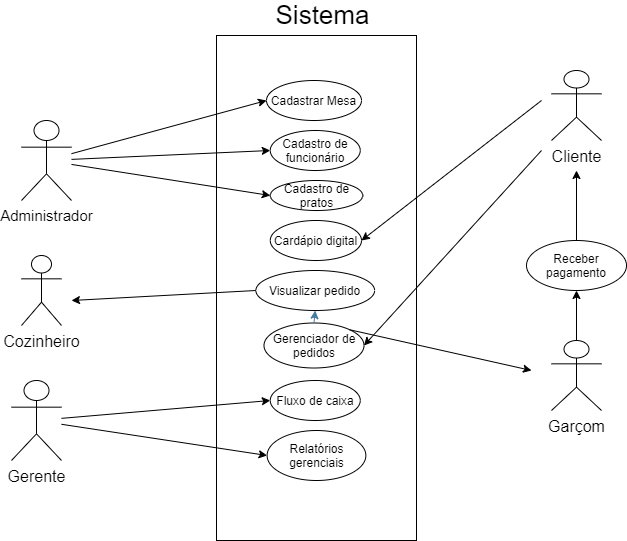
Above: restaurante.drawio.png in hinname/project-Restaurant (draw.io), before the change. Source tidied: cells renumbered, new cells last; positions are measured from the earlier drawing's top-left corner, leaving out a move shared by most shapes.
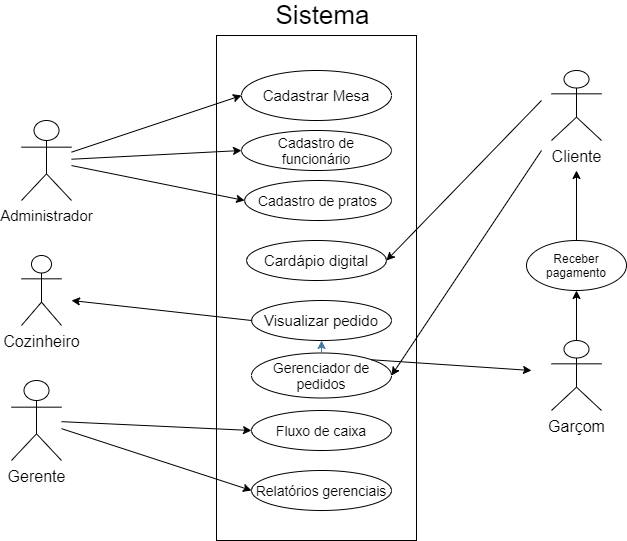
Later version of the same file.

What changed in the source:
```diff
@@ -8,8 +8,8 @@
     <mxCell id="3" style="rounded=0;whiteSpace=wrap;html=1;" parent="1" vertex="1">
       <mxGeometry x="205" y="35" width="200" height="505" as="geometry" />
     </mxCell>
-    <mxCell id="4" value="Cadastrar Mesa" style="ellipse;whiteSpace=wrap;html=1;" parent="1" vertex="1">
-      <mxGeometry x="255" y="80" width="95" height="40" as="geometry" />
+    <mxCell id="4" value="&lt;font style=&quot;font-size: 15px&quot;&gt;Cadastrar Mesa&lt;/font&gt;" style="ellipse;whiteSpace=wrap;html=1;" parent="1" vertex="1">
+      <mxGeometry x="230" y="70" width="150" height="50" as="geometry" />
     </mxCell>
     <mxCell id="5" style="endArrow=classic;html=1;entryX=0;entryY=0.5;entryDx=0;entryDy=0;" parent="1" edge="1" source="2" target="4">
       <mxGeometry relative="1" as="geometry" />
@@ -23,8 +23,8 @@
     <mxCell id="8" value="&lt;font style=&quot;font-size: 26px&quot;&gt;Sistema&lt;/font&gt;" style="text;html=1;strokeColor=none;fillColor=none;align=center;verticalAlign=middle;whiteSpace=wrap;rounded=0;strokeWidth=0;" parent="1" vertex="1">
       <mxGeometry x="258.8" width="105" height="30" as="geometry" />
     </mxCell>
-    <mxCell id="9" value="Cadastro de funcionário" style="ellipse;whiteSpace=wrap;html=1;" parent="1" vertex="1">
-      <mxGeometry x="258.8" y="130" width="90" height="40" as="geometry" />
+    <mxCell id="9" value="&lt;font style=&quot;font-size: 14px&quot;&gt;Cadastro de funcionário&lt;/font&gt;" style="ellipse;whiteSpace=wrap;html=1;" parent="1" vertex="1">
+      <mxGeometry x="230" y="130" width="150" height="40" as="geometry" />
     </mxCell>
     <mxCell id="10" value="&lt;font style=&quot;font-size: 16px&quot;&gt;Gerente&lt;/font&gt;" style="shape=umlActor;verticalLabelPosition=bottom;verticalAlign=top;html=1;outlineConnect=0;" parent="1" vertex="1">
       <mxGeometry y="380" width="50" height="80" as="geometry" />
@@ -32,22 +32,22 @@
     <mxCell id="11" style="endArrow=classic;html=1;entryX=0;entryY=0.5;entryDx=0;entryDy=0;" parent="1" edge="1" source="2" target="9">
       <mxGeometry relative="1" as="geometry" />
     </mxCell>
-    <mxCell id="12" value="Cadastro de pratos" style="ellipse;whiteSpace=wrap;html=1;" parent="1" vertex="1">
-      <mxGeometry x="258.8" y="180" width="92.5" height="30" as="geometry" />
+    <mxCell id="12" value="&lt;font style=&quot;font-size: 14px&quot;&gt;Cadastro de pratos&lt;/font&gt;" style="ellipse;whiteSpace=wrap;html=1;" parent="1" vertex="1">
+      <mxGeometry x="233.1" y="180" width="146.9" height="40" as="geometry" />
     </mxCell>
     <mxCell id="13" style="endArrow=classic;html=1;entryX=0;entryY=0.5;entryDx=0;entryDy=0;" parent="1" edge="1" source="2" target="12">
       <mxGeometry relative="1" as="geometry" />
     </mxCell>
-    <mxCell id="14" value="Cardápio digital" style="ellipse;whiteSpace=wrap;html=1;" parent="1" vertex="1">
-      <mxGeometry x="258.8" y="220" width="91.2" height="40" as="geometry" />
+    <mxCell id="14" value="&lt;font style=&quot;font-size: 15px&quot;&gt;Cardápio digital&lt;/font&gt;" style="ellipse;whiteSpace=wrap;html=1;" parent="1" vertex="1">
+      <mxGeometry x="235.1" y="240" width="139.8" height="40" as="geometry" />
     </mxCell>
     <mxCell id="15" style="endArrow=classic;html=1;entryX=1;entryY=0.5;entryDx=0;entryDy=0;" parent="1" edge="1" target="14">
       <mxGeometry relative="1" as="geometry">
         <mxPoint x="530" y="100" as="sourcePoint" />
       </mxGeometry>
     </mxCell>
-    <mxCell id="16" value="Visualizar pedido" style="ellipse;whiteSpace=wrap;html=1;" parent="1" vertex="1">
-      <mxGeometry x="244.4" y="270" width="118.8" height="40" as="geometry" />
+    <mxCell id="16" value="&lt;font style=&quot;font-size: 15px&quot;&gt;Visualizar pedido&lt;/font&gt;" style="ellipse;whiteSpace=wrap;html=1;" parent="1" vertex="1">
+      <mxGeometry x="240.1" y="300" width="139.8" height="40" as="geometry" />
     </mxCell>
     <mxCell id="17" value="&lt;font style=&quot;font-size: 16px&quot;&gt;Cozinheiro&lt;/font&gt;" style="shape=umlActor;verticalLabelPosition=bottom;verticalAlign=top;html=1;" parent="1" vertex="1">
       <mxGeometry x="10" y="255" width="40" height="70" as="geometry" />
@@ -57,8 +57,8 @@
         <mxPoint x="60" y="300" as="targetPoint" />
       </mxGeometry>
     </mxCell>
-    <mxCell id="19" value="Gerenciador de pedidos" style="ellipse;whiteSpace=wrap;html=1;" parent="1" vertex="1">
-      <mxGeometry x="252.5" y="322.5" width="100" height="45" as="geometry" />
+    <mxCell id="19" value="&lt;font style=&quot;font-size: 14px&quot;&gt;Gerenciador de pedidos&lt;/font&gt;" style="ellipse;whiteSpace=wrap;html=1;" parent="1" vertex="1">
+      <mxGeometry x="240" y="352.5" width="140" height="45" as="geometry" />
     </mxCell>
     <mxCell id="20" style="endArrow=classic;html=1;entryX=1;entryY=0.5;entryDx=0;entryDy=0;" parent="1" edge="1" target="19">
       <mxGeometry relative="1" as="geometry">
@@ -81,11 +81,11 @@
         <mxPoint x="565" y="170" as="targetPoint" />
       </mxGeometry>
     </mxCell>
-    <mxCell id="25" value="Fluxo de caixa" style="ellipse;whiteSpace=wrap;html=1;" parent="1" vertex="1">
-      <mxGeometry x="258.8" y="380" width="90" height="40" as="geometry" />
+    <mxCell id="25" value="&lt;font style=&quot;font-size: 14px&quot;&gt;Fluxo de caixa&lt;/font&gt;" style="ellipse;whiteSpace=wrap;html=1;" parent="1" vertex="1">
+      <mxGeometry x="240" y="410" width="140" height="40" as="geometry" />
     </mxCell>
-    <mxCell id="26" value="Relatórios gerenciais" style="ellipse;whiteSpace=wrap;html=1;" parent="1" vertex="1">
-      <mxGeometry x="255.6" y="430" width="98.8" height="50" as="geometry" />
+    <mxCell id="26" value="&lt;font style=&quot;font-size: 14px&quot;&gt;Relatórios gerenciais&lt;/font&gt;" style="ellipse;whiteSpace=wrap;html=1;" parent="1" vertex="1">
+      <mxGeometry x="240" y="470" width="140" height="40" as="geometry" />
     </mxCell>
     <mxCell id="27" style="endArrow=classic;html=1;entryX=0;entryY=0.5;entryDx=0;entryDy=0;" parent="1" edge="1" source="10" target="25">
       <mxGeometry relative="1" as="geometry" />
```
